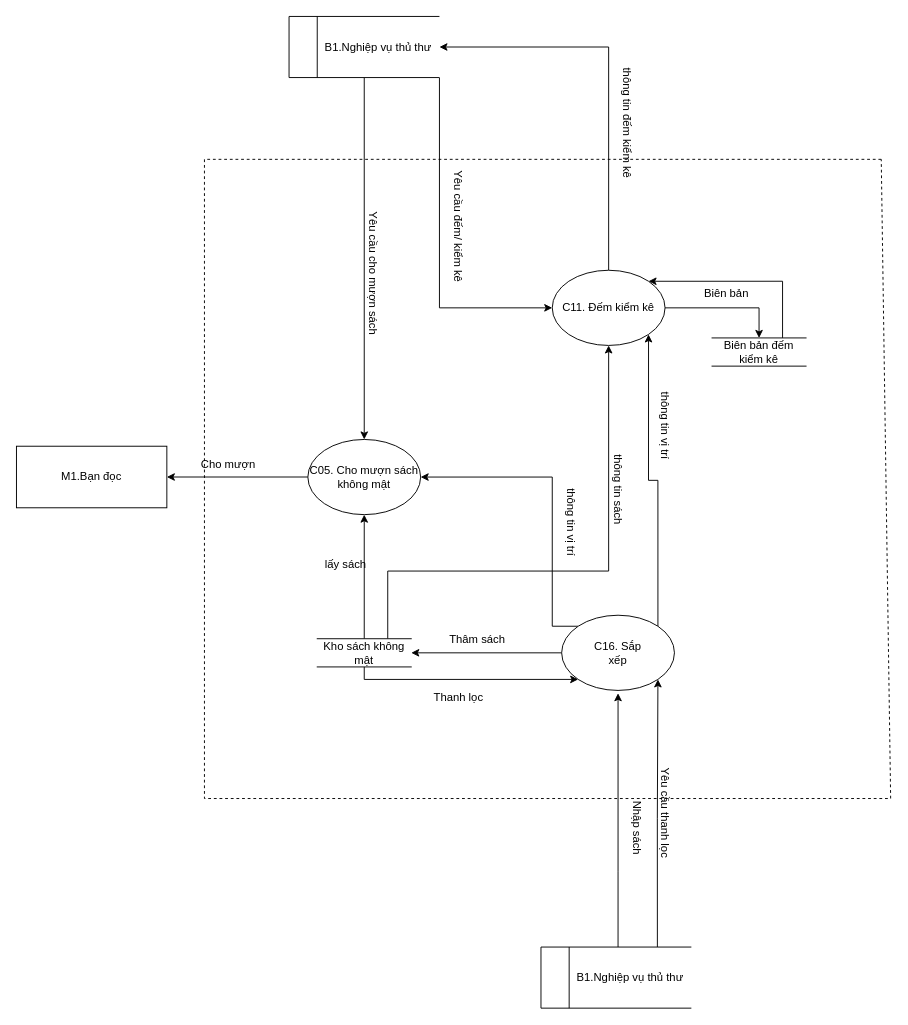
Before: page "DFD_2_Khokomat" (3 of 5) of bài tap lớn/DFD.drawio in vqh17062001/PTTKHT, a draw.io diagram. Source tidied: cells renumbered, new cells numbered last; positions are measured from the earlier drawing's top-left corner, leaving out a move shared by most shapes. Both pictures are drawn from the tidied source at 94%, with x=0, y=0 at pixel (16, 16).
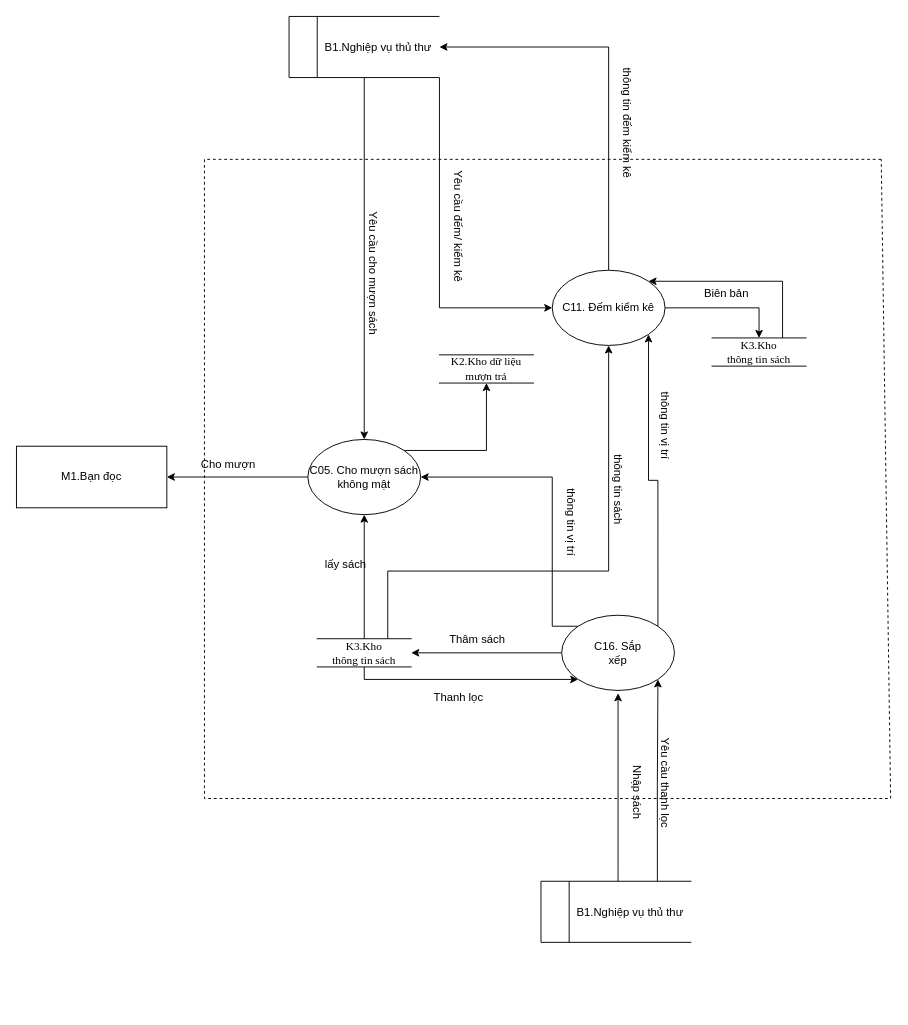
Above is the later version.

The change refers to these unchanged cells:
```xml
<mxCell id="4" value="C05. Cho mượn sách không mật" style="ellipse;whiteSpace=wrap;html=1;" parent="1" vertex="1">
  <mxGeometry x="310" y="450" width="120" height="80" as="geometry" />
</mxCell>
```

Change to the diagram source:
```diff
@@
+    <mxCell id="38" style="edgeStyle=orthogonalEdgeStyle;rounded=0;jettySize=auto;html=1;exitX=1;exitY=0;exitDx=0;exitDy=0;entryX=0.5;entryY=1;entryDx=0;entryDy=0;" parent="1" edge="1" source="4" target="39">
+      <mxGeometry relative="1" as="geometry" />
+    </mxCell>
@@
-    <mxCell id="15" value="Kho sách không mật" style="html=1;dashed=0;whiteSpace=wrap;shape=partialRectangle;right=0;left=0;" parent="1" vertex="1">
+    <mxCell id="15" value="&lt;span style=&quot;font-family: &amp;quot;Times New Roman&amp;quot;, serif;&quot;&gt;K3.Kho&lt;/span&gt;&lt;br style=&quot;font-family: &amp;quot;Times New Roman&amp;quot;, serif;&quot;&gt;&lt;span style=&quot;font-family: &amp;quot;Times New Roman&amp;quot;, serif;&quot;&gt;thông tin sách&lt;/span&gt;" style="html=1;dashed=0;whiteSpace=wrap;shape=partialRectangle;right=0;left=0;" parent="1" vertex="1">
       <mxGeometry x="320" y="662" width="100" height="30" as="geometry" />
     </mxCell>
@@
-    <mxCell id="17" value="Biên bản đếm kiểm kê" style="html=1;dashed=0;whiteSpace=wrap;shape=partialRectangle;right=0;left=0;" parent="1" vertex="1">
+    <mxCell id="17" value="&lt;span style=&quot;font-family: &amp;quot;Times New Roman&amp;quot;, serif;&quot;&gt;K3.Kho&lt;/span&gt;&lt;br style=&quot;font-family: &amp;quot;Times New Roman&amp;quot;, serif;&quot;&gt;&lt;span style=&quot;font-family: &amp;quot;Times New Roman&amp;quot;, serif;&quot;&gt;thông tin sách&lt;/span&gt;" style="html=1;dashed=0;whiteSpace=wrap;shape=partialRectangle;right=0;left=0;" parent="1" vertex="1">
       <mxGeometry x="740" y="342" width="100" height="30" as="geometry" />
     </mxCell>
@@
     <mxCell id="24" value="&amp;nbsp; &amp;nbsp; &amp;nbsp; &amp;nbsp; &amp;nbsp;&amp;nbsp;B1.&lt;span style=&quot;text-align: center;&quot;&gt;Nghiệp&amp;nbsp;&lt;/span&gt;&lt;span style=&quot;text-align: center;&quot;&gt;vụ thủ thư&lt;/span&gt;" style="html=1;dashed=0;whiteSpace=wrap;shape=mxgraph.dfd.dataStoreID;align=left;spacingLeft=3;points=[[0,0],[0.5,0],[1,0],[0,0.5],[1,0.5],[0,1],[0.5,1],[1,1]];" parent="1" vertex="1">
-      <mxGeometry x="558" y="990" width="160" height="65" as="geometry" />
+      <mxGeometry x="558" y="920" width="160" height="65" as="geometry" />
     </mxCell>
@@
     <mxCell id="31" value="Nhập sách" style="text;html=1;align=center;verticalAlign=middle;strokeColor=none;fillColor=none;rotation=90;" parent="1" vertex="1">
-      <mxGeometry x="620" y="848" width="80" height="30" as="geometry" />
+      <mxGeometry x="620" y="810" width="80" height="30" as="geometry" />
     </mxCell>
@@
     <mxCell id="34" value="Yêu cầu thanh lọc" style="text;html=1;align=center;verticalAlign=middle;strokeColor=none;fillColor=none;rotation=90;" parent="1" vertex="1">
-      <mxGeometry x="630" y="832" width="120" height="30" as="geometry" />
+      <mxGeometry x="630" y="800" width="120" height="30" as="geometry" />
     </mxCell>
@@
+    <mxCell id="39" value="&lt;span style=&quot;line-height: 130%; font-family: &amp;quot;Times New Roman&amp;quot;, serif;&quot; lang=&quot;EN-GB&quot;&gt;&lt;font style=&quot;font-size: 12px;&quot;&gt;K2.Kho dữ liệu mượn trả&lt;/font&gt;&lt;/span&gt;" style="html=1;dashed=0;whiteSpace=wrap;shape=partialRectangle;right=0;left=0;" parent="1" vertex="1">
+      <mxGeometry x="450" y="360" width="100" height="30" as="geometry" />
+    </mxCell>
```
